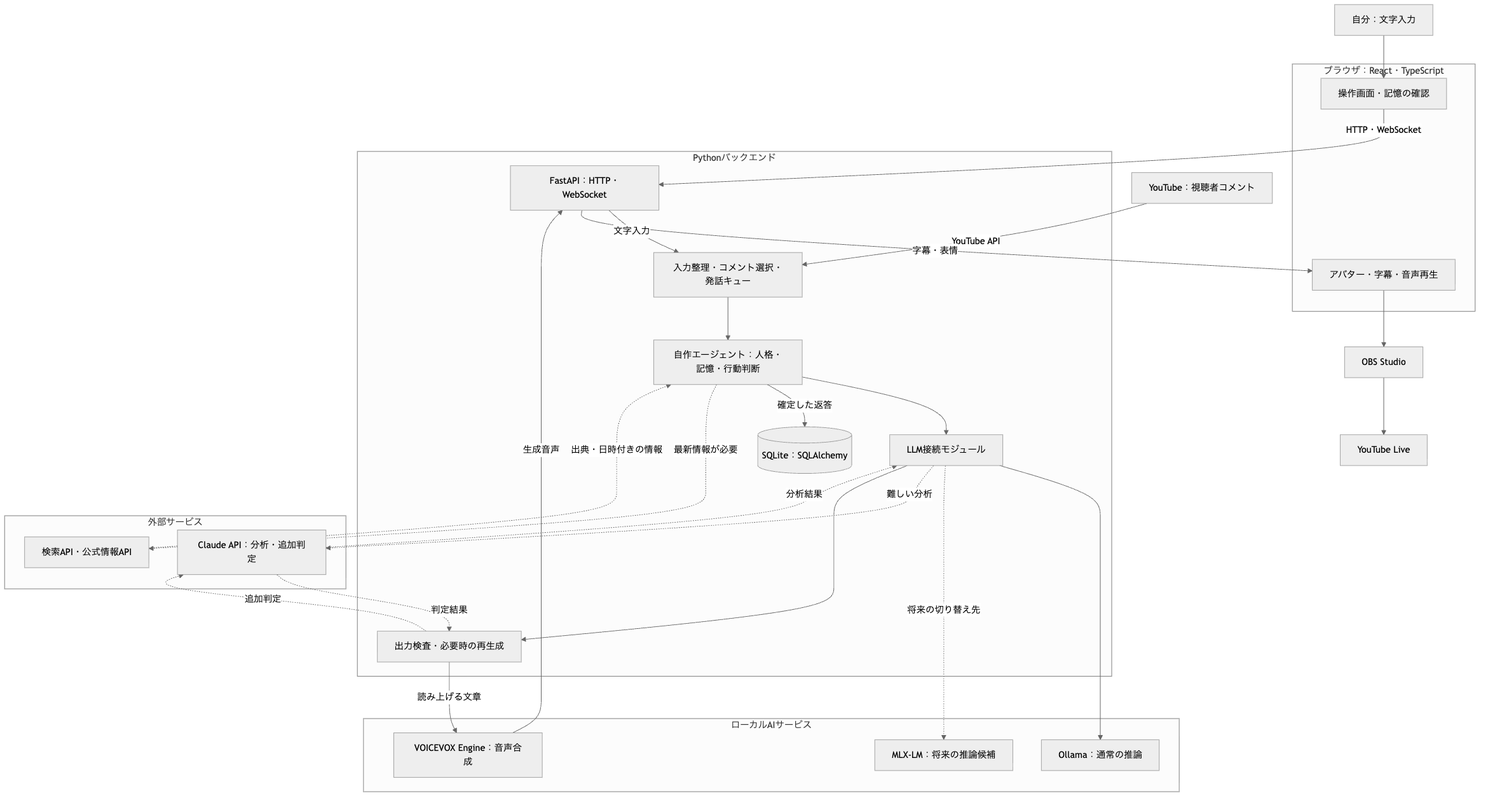
This is images/architecture.png from shiki-tak/YUI, a Mermaid export, as it was before one commit. Its source is kept beside it as docs/design/architecture.mmd. Source of this version:
```mermaid
---
config:
  theme: neutral
---
flowchart TB
    ME["自分：文字入力"]

    subgraph BROWSER["ブラウザ：React・TypeScript"]
        UI["操作画面・記憶の確認"]
        AVATAR["アバター・字幕・音声再生"]
    end

    YTIN["YouTube：視聴者コメント"]

    subgraph BACKEND["Pythonバックエンド"]
        API["FastAPI：HTTP・WebSocket"]
        INPUT["入力整理・コメント選択・発話キュー"]
        AGENT["自作エージェント：人格・記憶・行動判断"]
        LLMMOD["LLM接続モジュール"]
        CHECK["出力検査・必要時の再生成"]
        DB[("SQLite：SQLAlchemy")]
    end

    subgraph LOCALAI["ローカルAIサービス"]
        OLLAMA["Ollama：通常の推論"]
        MLX["MLX-LM：将来の推論候補"]
        VOICEVOX["VOICEVOX Engine：音声合成"]
    end

    subgraph EXTERNAL["外部サービス"]
        SEARCH["検索API・公式情報API"]
        CLAUDE["Claude API：分析・追加判定"]
    end

    OBS["OBS Studio"]
    YTLIVE["YouTube Live"]

    ME --> UI
    UI -- "HTTP・WebSocket" --> API
    API -- "文字入力" --> INPUT
    YTIN -- "YouTube API" --> INPUT
    INPUT --> AGENT
    AGENT --> LLMMOD
    AGENT -- "確定した返答" --> DB
    LLMMOD --> OLLAMA
    LLMMOD -. "将来の切り替え先" .-> MLX
    AGENT -. "最新情報が必要" .-> SEARCH
    SEARCH -. "出典・日時付きの情報" .-> AGENT
    LLMMOD -. "難しい分析" .-> CLAUDE
    CLAUDE -. "分析結果" .-> LLMMOD
    LLMMOD --> CHECK
    CHECK -. "追加判定" .-> CLAUDE
    CLAUDE -. "判定結果" .-> CHECK
    CHECK -- "読み上げる文章" --> VOICEVOX
    VOICEVOX -- "生成音声" --> API
    API -- "字幕・表情" --> AVATAR
    AVATAR --> OBS
    OBS --> YTLIVE
```
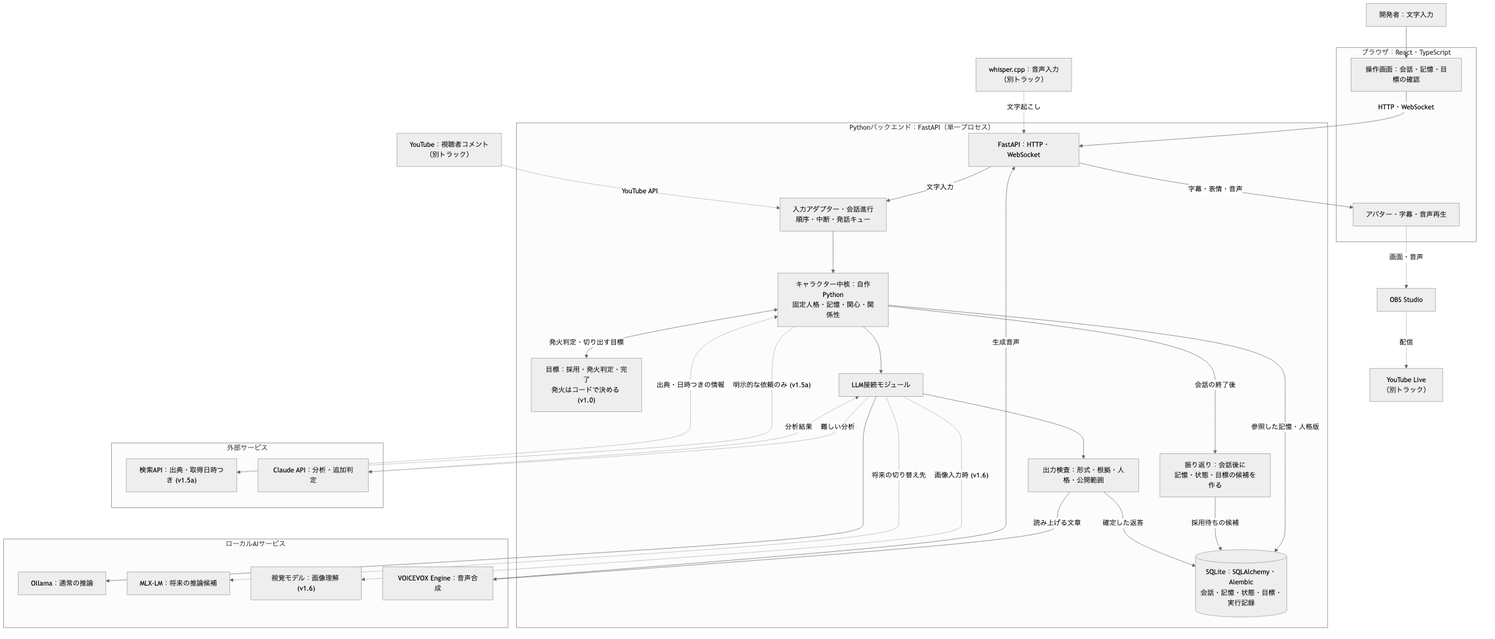
Later version of the same file.

Commit message:
構成図を最新の設計に更新し、本文の旧フェーズ注記を外した

images/architecture.png が 2026-09-07 時点のままで、フェーズ4の削除と
v1.x への再編を反映していなかった。設計書 §3 の図は責任分担の抽象図で、
こちらは技術名と配置境界を持つコンポーネント図。粒度が違うので別物として
維持する。

- architecture.mmd：目標（v1.0）と振り返りを中核から分けて明示。行動選択は
  コードで決めることを記載。YouTube・音声入力・OBS を別トラックの破線に。
  視覚モデル（v1.6）と検索（v1.5a）を追加。バックエンドが単一プロセスである
  ことを明記
- architecture.mmd のコメントに、図が崩れる条件を残した（空行だけの %% は
  パースエラー、subgraph 内の direction は外部エッジがあると無視される、
  連結していないノードは縦に伸びる）
- ai_vtuber_architecture.md：本文中の「旧フェーズN」の注記を削除。
  旧計画との対応は付録Aに集約済み

Diff of the diagram source:
```diff
@@ -3,56 +3,64 @@
   theme: neutral
 ---
 flowchart TB
-    ME["自分：文字入力"]
+    ME["開発者：文字入力"]
 
     subgraph BROWSER["ブラウザ：React・TypeScript"]
-        UI["操作画面・記憶の確認"]
+        UI["操作画面：会話・記憶・目標の確認"]
         AVATAR["アバター・字幕・音声再生"]
     end
 
-    YTIN["YouTube：視聴者コメント"]
+    YTIN["YouTube：視聴者コメント<br/>（別トラック）"]
+    WHISPER["whisper.cpp：音声入力<br/>（別トラック）"]
 
-    subgraph BACKEND["Pythonバックエンド"]
+    subgraph BACKEND["Pythonバックエンド：FastAPI（単一プロセス）"]
         API["FastAPI：HTTP・WebSocket"]
-        INPUT["入力整理・コメント選択・発話キュー"]
-        AGENT["自作エージェント：人格・記憶・行動判断"]
+        INPUT["入力アダプター・会話進行<br/>順序・中断・発話キュー"]
+        AGENT["キャラクター中核：自作Python<br/>固定人格・記憶・関心・関係性"]
+        GOAL["目標：採用・発火判定・完了<br/>発火はコードで決める (v1.0)"]
+        REFLECT["振り返り：会話後に<br/>記憶・状態・目標の候補を作る"]
         LLMMOD["LLM接続モジュール"]
-        CHECK["出力検査・必要時の再生成"]
-        DB[("SQLite：SQLAlchemy")]
+        CHECK["出力検査：形式・根拠・人格・公開範囲"]
+        DB[("SQLite：SQLAlchemy・Alembic<br/>会話・記憶・状態・目標・実行記録")]
     end
 
     subgraph LOCALAI["ローカルAIサービス"]
         OLLAMA["Ollama：通常の推論"]
         MLX["MLX-LM：将来の推論候補"]
+        VISION["視覚モデル：画像理解 (v1.6)"]
         VOICEVOX["VOICEVOX Engine：音声合成"]
     end
 
     subgraph EXTERNAL["外部サービス"]
-        SEARCH["検索API・公式情報API"]
+        SEARCH["検索API：出典・取得日時つき (v1.5a)"]
         CLAUDE["Claude API：分析・追加判定"]
     end
 
     OBS["OBS Studio"]
-    YTLIVE["YouTube Live"]
+    YTLIVE["YouTube Live<br/>（別トラック）"]
 
     ME --> UI
     UI -- "HTTP・WebSocket" --> API
     API -- "文字入力" --> INPUT
-    YTIN -- "YouTube API" --> INPUT
+    YTIN -. "YouTube API" .-> INPUT
+    WHISPER -. "文字起こし" .-> API
     INPUT --> AGENT
+    AGENT <-- "発火判定・切り出す目標" --> GOAL
     AGENT --> LLMMOD
-    AGENT -- "確定した返答" --> DB
+    AGENT -- "参照した記憶・人格版" --> DB
+    AGENT -- "会話の終了後" --> REFLECT
+    REFLECT -- "採用待ちの候補" --> DB
     LLMMOD --> OLLAMA
     LLMMOD -. "将来の切り替え先" .-> MLX
-    AGENT -. "最新情報が必要" .-> SEARCH
-    SEARCH -. "出典・日時付きの情報" .-> AGENT
+    LLMMOD -. "画像入力時 (v1.6)" .-> VISION
+    AGENT -. "明示的な依頼のみ (v1.5a)" .-> SEARCH
+    SEARCH -. "出典・日時つきの情報" .-> AGENT
     LLMMOD -. "難しい分析" .-> CLAUDE
     CLAUDE -. "分析結果" .-> LLMMOD
     LLMMOD --> CHECK
-    CHECK -. "追加判定" .-> CLAUDE
-    CLAUDE -. "判定結果" .-> CHECK
+    CHECK -- "確定した返答" --> DB
     CHECK -- "読み上げる文章" --> VOICEVOX
     VOICEVOX -- "生成音声" --> API
-    API -- "字幕・表情" --> AVATAR
-    AVATAR --> OBS
-    OBS --> YTLIVE
+    API -- "字幕・表情・音声" --> AVATAR
+    AVATAR -. "画面・音声" .-> OBS
+    OBS -. "配信" .-> YTLIVE
```
